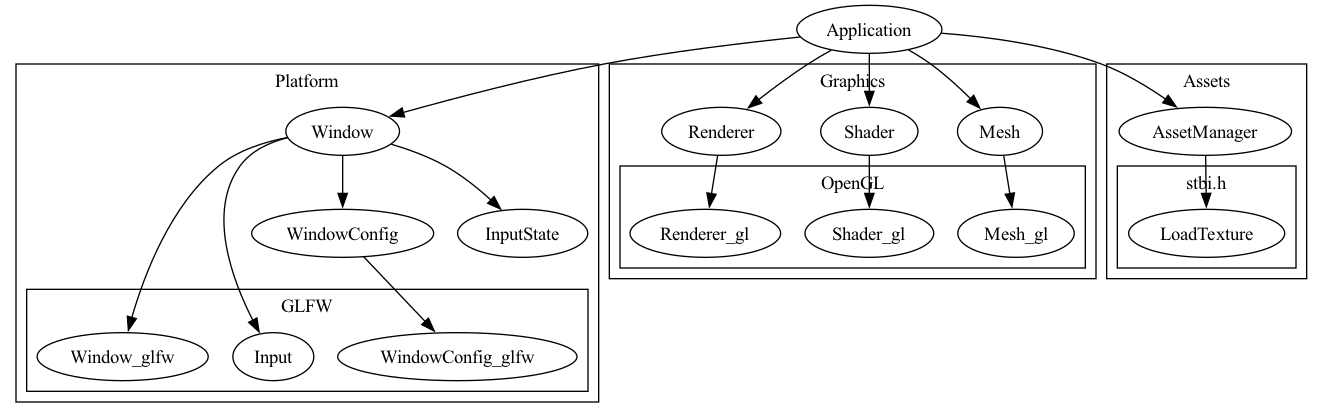
Before: docs/architecture.png, a diagram exported from Graphviz (ArveNilsen/Cpp3Dgraphics). Its source is kept beside it as docs/architecture.dot. The source it was exported from:
```dot
digraph Arch {
    subgraph cluster_platform {
        label="Platform"
        subgraph cluster_glfw {
            label="GLFW"
            WindowConfig_glfw
            Window_glfw
            Input
        }
        Window -> WindowConfig
        WindowConfig -> WindowConfig_glfw
        Window -> Window_glfw
        Window -> Input
        Window -> InputState
    }

    subgraph cluster_graphics {
        label="Graphics"
        subgraph cluster_gl {
            label="OpenGL"
            Renderer_gl
            Shader_gl
            Mesh_gl
        }

        Renderer -> Renderer_gl
        Shader -> Shader_gl
        Mesh -> Mesh_gl
    }

    subgraph cluster_assets {
        label="Assets"
        subgraph cluster_stbi {
            label="stbi.h"
            LoadTexture
        }

        AssetManager -> LoadTexture
    }

    Application -> Window
    Application -> Renderer
    Application -> Shader
    Application -> Mesh
    Application -> AssetManager
}
```
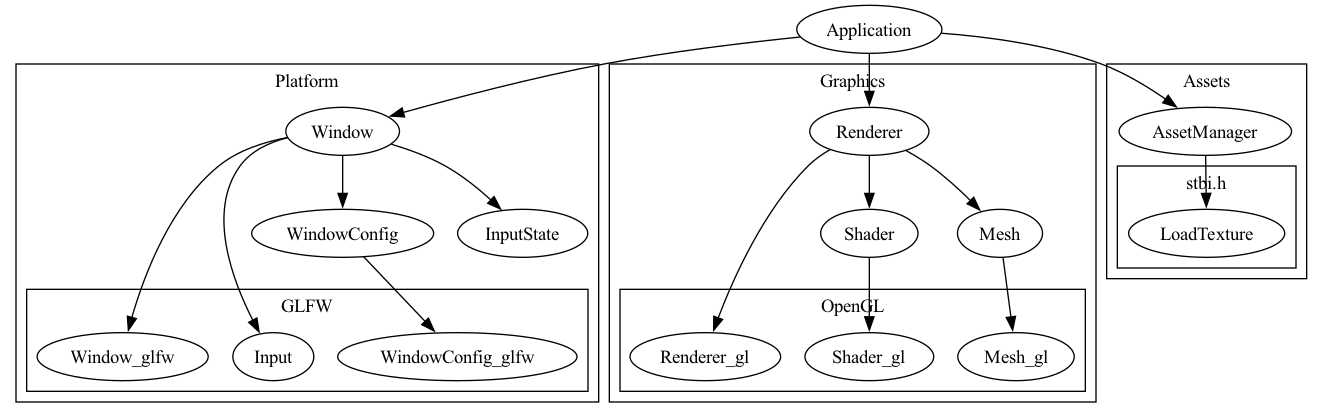
The same file after the commit.

Change to the diagram source:
```diff
@@ -26,6 +26,8 @@
         Renderer -> Renderer_gl
         Shader -> Shader_gl
         Mesh -> Mesh_gl
+        Renderer -> Mesh
+        Renderer -> Shader
     }
 
     subgraph cluster_assets {
@@ -40,7 +42,5 @@
 
     Application -> Window
     Application -> Renderer
-    Application -> Shader
-    Application -> Mesh
     Application -> AssetManager
 }
```
